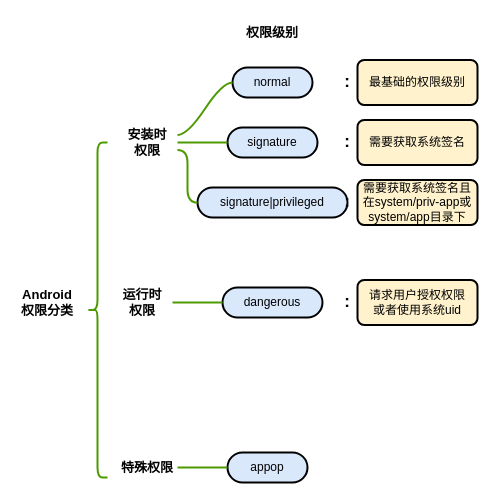
This is images/drawio/permissons.drawio from braisedp/braisedp.github.io, a draw.io file, before an edit. Source tidied: cells renumbered, new cells numbered last; positions are measured from the earlier drawing's top-left corner, leaving out a move shared by most shapes. Both pictures are drawn from the tidied source at 100%, with x=0, y=0 at pixel (17, 17).
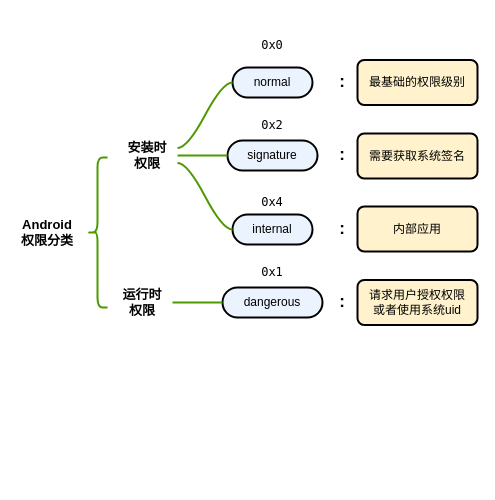
After the change.

Diff of the diagram source:
```diff
@@
     <mxCell id="2" value="Android&lt;div&gt;权限分类&lt;/div&gt;" style="text;html=1;align=center;verticalAlign=middle;whiteSpace=wrap;rounded=0;fontSize=13;fontStyle=1;" parent="1" vertex="1">
-      <mxGeometry y="270" width="60" height="30" as="geometry" />
+      <mxGeometry y="200" width="60" height="30" as="geometry" />
     </mxCell>
     <mxCell id="3" style="shape=curlyBracket;whiteSpace=wrap;html=1;rounded=1;labelPosition=left;verticalLabelPosition=middle;align=right;verticalAlign=middle;strokeWidth=2;strokeColor=light-dark(#4D9900,#EDEDED);" parent="1" vertex="1">
-      <mxGeometry x="70" y="125" width="20" height="335" as="geometry" />
+      <mxGeometry x="70" y="140" width="20" height="150" as="geometry" />
     </mxCell>
     <mxCell id="4" value="安装时&lt;div&gt;权限&lt;/div&gt;" style="text;html=1;align=center;verticalAlign=middle;whiteSpace=wrap;rounded=0;fontSize=13;fontStyle=1;" parent="1" vertex="1">
-      <mxGeometry x="100" y="110" width="60" height="30" as="geometry" />
+      <mxGeometry x="100" y="123" width="60" height="30" as="geometry" />
     </mxCell>
@@
-    <mxCell id="6" value="normal" style="whiteSpace=wrap;html=1;rounded=1;arcSize=50;align=center;verticalAlign=middle;strokeWidth=2;spacing=4;newEdgeStyle={&quot;edgeStyle&quot;:&quot;entityRelationEdgeStyle&quot;,&quot;startArrow&quot;:&quot;none&quot;,&quot;endArrow&quot;:&quot;none&quot;,&quot;segment&quot;:10,&quot;curved&quot;:1,&quot;sourcePerimeterSpacing&quot;:0,&quot;targetPerimeterSpacing&quot;:0};fillColor=#dae8fc;strokeColor=#000000;" parent="1" vertex="1">
+    <mxCell id="6" value="normal" style="whiteSpace=wrap;html=1;rounded=1;arcSize=50;align=center;verticalAlign=middle;strokeWidth=2;spacing=4;newEdgeStyle={&quot;edgeStyle&quot;:&quot;entityRelationEdgeStyle&quot;,&quot;startArrow&quot;:&quot;none&quot;,&quot;endArrow&quot;:&quot;none&quot;,&quot;segment&quot;:10,&quot;curved&quot;:1,&quot;sourcePerimeterSpacing&quot;:0,&quot;targetPerimeterSpacing&quot;:0};fillColor=#EBF3FF;strokeColor=#000000;" parent="1" vertex="1">
       <mxGeometry x="215" y="50" width="80" height="30" as="geometry" />
     </mxCell>
@@
-    <mxCell id="8" value="signature" style="whiteSpace=wrap;html=1;rounded=1;arcSize=50;align=center;verticalAlign=middle;strokeWidth=2;spacing=4;newEdgeStyle={&quot;edgeStyle&quot;:&quot;entityRelationEdgeStyle&quot;,&quot;startArrow&quot;:&quot;none&quot;,&quot;endArrow&quot;:&quot;none&quot;,&quot;segment&quot;:10,&quot;curved&quot;:1,&quot;sourcePerimeterSpacing&quot;:0,&quot;targetPerimeterSpacing&quot;:0};fillColor=#dae8fc;strokeColor=#000000;" parent="1" vertex="1">
-      <mxGeometry x="210" y="110" width="90" height="30" as="geometry" />
+    <mxCell id="8" value="signature" style="whiteSpace=wrap;html=1;rounded=1;arcSize=50;align=center;verticalAlign=middle;strokeWidth=2;spacing=4;newEdgeStyle={&quot;edgeStyle&quot;:&quot;entityRelationEdgeStyle&quot;,&quot;startArrow&quot;:&quot;none&quot;,&quot;endArrow&quot;:&quot;none&quot;,&quot;segment&quot;:10,&quot;curved&quot;:1,&quot;sourcePerimeterSpacing&quot;:0,&quot;targetPerimeterSpacing&quot;:0};fillColor=#EBF3FF;strokeColor=#000000;" parent="1" vertex="1">
+      <mxGeometry x="210" y="123" width="90" height="30" as="geometry" />
     </mxCell>
@@
-    <mxCell id="10" value="signature|privileged" style="whiteSpace=wrap;html=1;rounded=1;arcSize=50;align=center;verticalAlign=middle;strokeWidth=2;spacing=4;newEdgeStyle={&quot;edgeStyle&quot;:&quot;entityRelationEdgeStyle&quot;,&quot;startArrow&quot;:&quot;none&quot;,&quot;endArrow&quot;:&quot;none&quot;,&quot;segment&quot;:10,&quot;curved&quot;:1,&quot;sourcePerimeterSpacing&quot;:0,&quot;targetPerimeterSpacing&quot;:0};fillColor=#dae8fc;strokeColor=light-dark(#000000, #5c79a3);" parent="1" vertex="1">
-      <mxGeometry x="180" y="170" width="150" height="30" as="geometry" />
-    </mxCell>
-    <mxCell id="11" style="edgeStyle=entityRelationEdgeStyle;startArrow=none;endArrow=none;segment=10;curved=1;sourcePerimeterSpacing=0;targetPerimeterSpacing=0;exitX=1;exitY=0.75;exitDx=0;exitDy=0;entryX=0;entryY=0.5;entryDx=0;entryDy=0;strokeWidth=2;strokeColor=light-dark(#4D9900,#EDEDED);" parent="1" edge="1" source="4" target="10">
-      <mxGeometry relative="1" as="geometry" />
-    </mxCell>
-    <mxCell id="12" value="dangerous" style="whiteSpace=wrap;html=1;rounded=1;arcSize=50;align=center;verticalAlign=middle;strokeWidth=2;spacing=4;newEdgeStyle={&quot;edgeStyle&quot;:&quot;entityRelationEdgeStyle&quot;,&quot;startArrow&quot;:&quot;none&quot;,&quot;endArrow&quot;:&quot;none&quot;,&quot;segment&quot;:10,&quot;curved&quot;:1,&quot;sourcePerimeterSpacing&quot;:0,&quot;targetPerimeterSpacing&quot;:0};fillColor=#dae8fc;strokeColor=#000000;" parent="1" vertex="1">
+    <mxCell id="12" value="dangerous" style="whiteSpace=wrap;html=1;rounded=1;arcSize=50;align=center;verticalAlign=middle;strokeWidth=2;spacing=4;newEdgeStyle={&quot;edgeStyle&quot;:&quot;entityRelationEdgeStyle&quot;,&quot;startArrow&quot;:&quot;none&quot;,&quot;endArrow&quot;:&quot;none&quot;,&quot;segment&quot;:10,&quot;curved&quot;:1,&quot;sourcePerimeterSpacing&quot;:0,&quot;targetPerimeterSpacing&quot;:0};fillColor=#EBF3FF;strokeColor=#000000;" parent="1" vertex="1">
       <mxGeometry x="205" y="270" width="100" height="30" as="geometry" />
     </mxCell>
@@
-    <mxCell id="14" value="特殊权限" style="text;html=1;align=center;verticalAlign=middle;whiteSpace=wrap;rounded=0;fontSize=13;fontStyle=1;" parent="1" vertex="1">
-      <mxGeometry x="100" y="435" width="60" height="30" as="geometry" />
-    </mxCell>
-    <mxCell id="15" value="appop" style="whiteSpace=wrap;html=1;rounded=1;arcSize=50;align=center;verticalAlign=middle;strokeWidth=2;spacing=4;newEdgeStyle={&quot;edgeStyle&quot;:&quot;entityRelationEdgeStyle&quot;,&quot;startArrow&quot;:&quot;none&quot;,&quot;endArrow&quot;:&quot;none&quot;,&quot;segment&quot;:10,&quot;curved&quot;:1,&quot;sourcePerimeterSpacing&quot;:0,&quot;targetPerimeterSpacing&quot;:0};fillColor=#dae8fc;strokeColor=#000000;" parent="1" vertex="1">
-      <mxGeometry x="210" y="435" width="80" height="30" as="geometry" />
-    </mxCell>
-    <mxCell id="16" style="edgeStyle=entityRelationEdgeStyle;startArrow=none;endArrow=none;segment=10;curved=1;sourcePerimeterSpacing=0;targetPerimeterSpacing=0;exitX=1;exitY=0.5;exitDx=0;exitDy=0;entryX=0;entryY=0.5;entryDx=0;entryDy=0;strokeWidth=2;strokeColor=light-dark(#4D9900,#EDEDED);" parent="1" edge="1" source="14" target="15">
-      <mxGeometry relative="1" as="geometry">
-        <Array as="points">
-          <mxPoint x="160" y="460" />
-        </Array>
-      </mxGeometry>
-    </mxCell>
-    <mxCell id="17" value="权限级别" style="text;html=1;align=center;verticalAlign=middle;whiteSpace=wrap;rounded=0;fontSize=13;fontStyle=1;" parent="1" vertex="1">
-      <mxGeometry x="225" width="60" height="30" as="geometry" />
-    </mxCell>
@@
     <mxCell id="19" value="需要获取系统签名" style="rounded=1;whiteSpace=wrap;html=1;fillColor=#fff2cc;strokeColor=#000000;strokeWidth=2;" parent="1" vertex="1">
-      <mxGeometry x="340" y="102.5" width="120" height="45" as="geometry" />
+      <mxGeometry x="340" y="116" width="120" height="45" as="geometry" />
     </mxCell>
-    <mxCell id="20" value="需要获取系统签名且在system/priv-app或system/app目录下" style="rounded=1;whiteSpace=wrap;html=1;fillColor=#fff2cc;strokeColor=#000000;strokeWidth=2;" parent="1" vertex="1">
-      <mxGeometry x="340" y="162.5" width="120" height="45" as="geometry" />
-    </mxCell>
@@
     <mxCell id="22" value=":" style="text;html=1;align=center;verticalAlign=middle;whiteSpace=wrap;rounded=0;fontStyle=1;fontSize=17;fontColor=light-dark(#050505, #589916);" parent="1" vertex="1">
-      <mxGeometry x="300" y="50" width="60" height="30" as="geometry" />
+      <mxGeometry x="295" y="50" width="60" height="30" as="geometry" />
     </mxCell>
-    <mxCell id="23" value=":" style="text;html=1;align=center;verticalAlign=middle;whiteSpace=wrap;rounded=0;fontStyle=1;fontSize=17;fontColor=light-dark(#050505, #589916);" parent="1" vertex="1">
-      <mxGeometry x="300" y="110" width="60" height="30" as="geometry" />
-    </mxCell>
     <mxCell id="24" value=":" style="text;html=1;align=center;verticalAlign=middle;whiteSpace=wrap;rounded=0;fontStyle=1;fontSize=17;fontColor=light-dark(#050505, #589916);" parent="1" vertex="1">
-      <mxGeometry x="300" y="170" width="60" height="30" as="geometry" />
+      <mxGeometry x="295" y="123" width="60" height="30" as="geometry" />
     </mxCell>
     <mxCell id="25" value=":" style="text;html=1;align=center;verticalAlign=middle;whiteSpace=wrap;rounded=0;fontStyle=1;fontSize=17;fontColor=light-dark(#050505, #589916);" parent="1" vertex="1">
-      <mxGeometry x="300" y="270" width="60" height="30" as="geometry" />
+      <mxGeometry x="295" y="270" width="60" height="30" as="geometry" />
     </mxCell>
+    <mxCell id="26" value="internal" style="whiteSpace=wrap;html=1;rounded=1;arcSize=50;align=center;verticalAlign=middle;strokeWidth=2;spacing=4;newEdgeStyle={&quot;edgeStyle&quot;:&quot;entityRelationEdgeStyle&quot;,&quot;startArrow&quot;:&quot;none&quot;,&quot;endArrow&quot;:&quot;none&quot;,&quot;segment&quot;:10,&quot;curved&quot;:1,&quot;sourcePerimeterSpacing&quot;:0,&quot;targetPerimeterSpacing&quot;:0};fillColor=#EBF3FF;strokeColor=#000000;" parent="1" vertex="1">
+      <mxGeometry x="215" y="197" width="80" height="30" as="geometry" />
+    </mxCell>
+    <mxCell id="27" style="edgeStyle=entityRelationEdgeStyle;startArrow=none;endArrow=none;segment=10;curved=1;sourcePerimeterSpacing=0;targetPerimeterSpacing=0;exitX=1;exitY=0.75;exitDx=0;exitDy=0;entryX=0;entryY=0.5;entryDx=0;entryDy=0;strokeWidth=2;strokeColor=light-dark(#4D9900,#EDEDED);" parent="1" edge="1" source="4" target="26">
+      <mxGeometry relative="1" as="geometry" />
+    </mxCell>
+    <mxCell id="23" value=":" style="text;html=1;align=center;verticalAlign=middle;whiteSpace=wrap;rounded=0;fontStyle=1;fontSize=17;fontColor=light-dark(#050505, #589916);" parent="1" vertex="1">
+      <mxGeometry x="295" y="197" width="60" height="30" as="geometry" />
+    </mxCell>
+    <mxCell id="28" value="内部应用" style="rounded=1;whiteSpace=wrap;html=1;fillColor=#fff2cc;strokeColor=#000000;strokeWidth=2;" parent="1" vertex="1">
+      <mxGeometry x="340" y="189" width="120" height="45" as="geometry" />
+    </mxCell>
+    <mxCell id="29" value="0x0" style="text;html=1;align=center;verticalAlign=middle;whiteSpace=wrap;rounded=0;fontFamily=Lucida Console;" parent="1" vertex="1">
+      <mxGeometry x="225" y="12.5" width="60" height="30" as="geometry" />
+    </mxCell>
+    <mxCell id="30" value="0x2" style="text;html=1;align=center;verticalAlign=middle;whiteSpace=wrap;rounded=0;fontFamily=Lucida Console;" parent="1" vertex="1">
+      <mxGeometry x="225" y="93" width="60" height="30" as="geometry" />
+    </mxCell>
+    <mxCell id="31" value="0x4" style="text;html=1;align=center;verticalAlign=middle;whiteSpace=wrap;rounded=0;fontFamily=Lucida Console;" parent="1" vertex="1">
+      <mxGeometry x="225" y="170" width="60" height="30" as="geometry" />
+    </mxCell>
+    <mxCell id="32" value="0x1" style="text;html=1;align=center;verticalAlign=middle;whiteSpace=wrap;rounded=0;fontFamily=Lucida Console;" parent="1" vertex="1">
+      <mxGeometry x="225" y="240" width="60" height="30" as="geometry" />
+    </mxCell>
```
